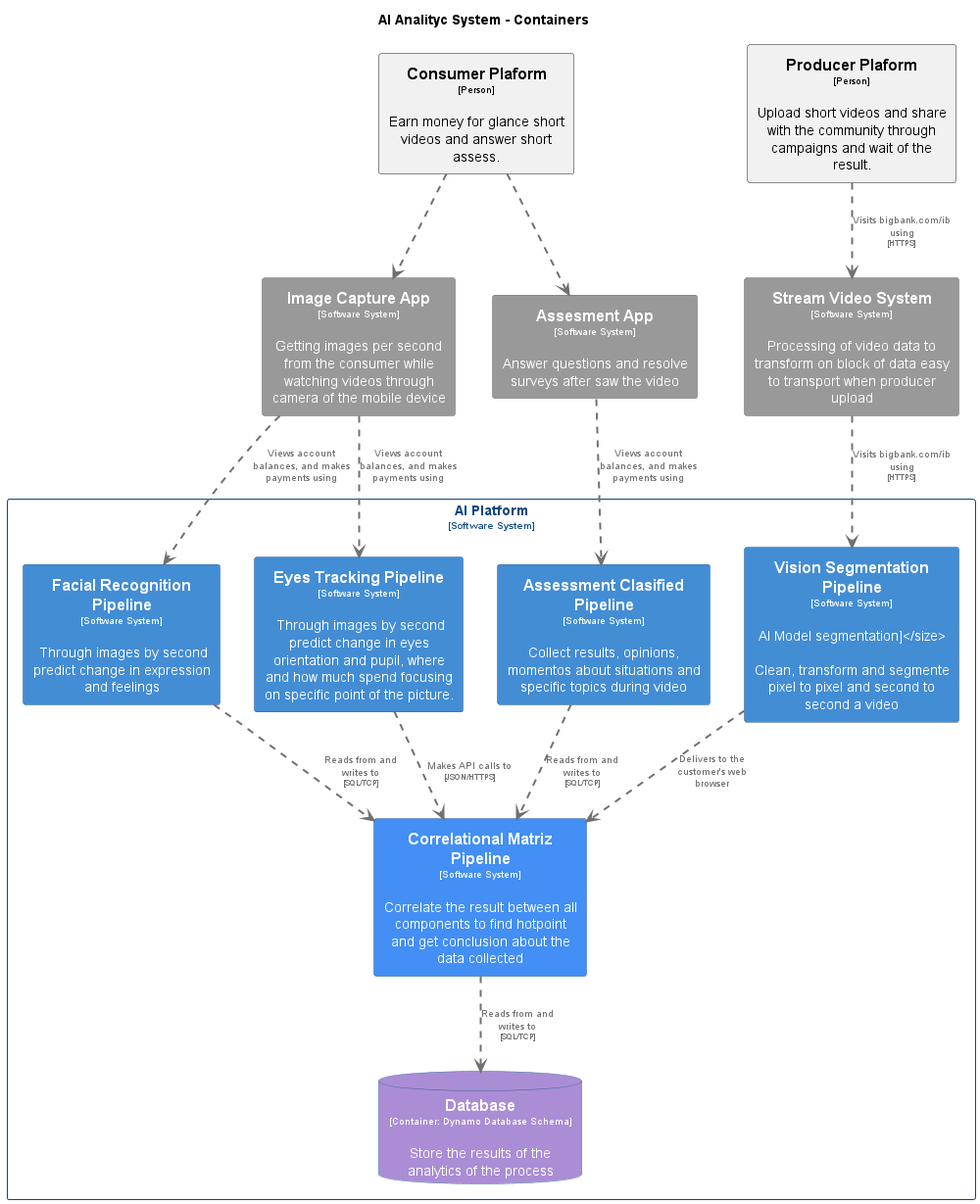
Above: docs/images/c2_container_ai.png in jacastillo302/earnforglance (PlantUML), before the change.
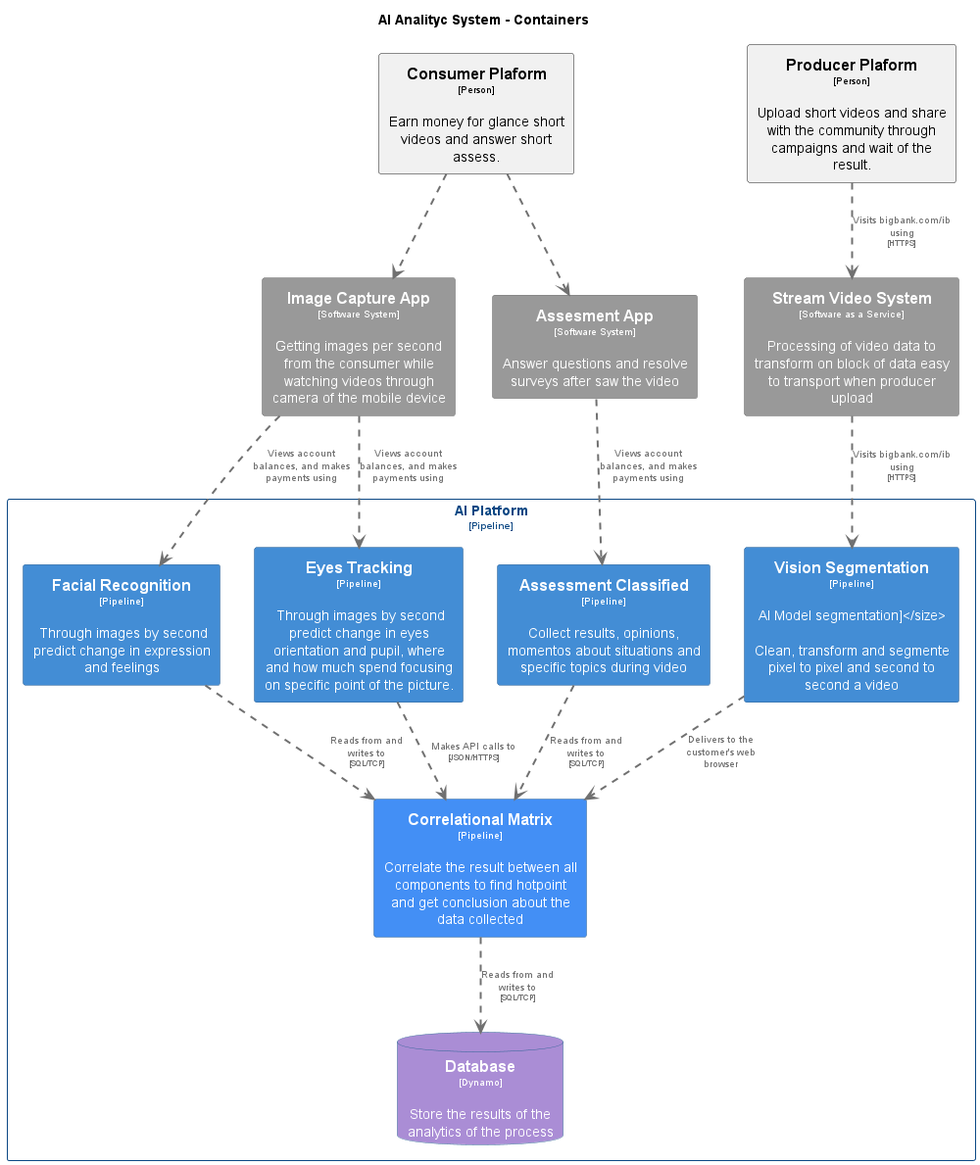
The same file after the commit.

What changed in the source:
```diff
@@ -89,18 +89,18 @@
 
 rectangle "==Consumer Plaform\n<size:10>[Person]</size>\n\nEarn money for glance short videos and answer short assess." <<ConsumerPlatformSystem>> as ConsumerPlatformSystem
 rectangle "==Producer Plaform\n<size:10>[Person]</size>\n\nUpload short videos and share with the community through campaigns and wait of the result." <<ProducerPlatformSystem>> as ProducerPlatformSystem
-rectangle "==Stream Video System\n<size:10>[Software System]</size>\n\nProcessing of video data to transform on block of data easy to transport when producer upload" <<StreamVideoSystem>> as StreamVideoSystem
+rectangle "==Stream Video System\n<size:10>[Software as a Service]</size>\n\nProcessing of video data to transform on block of data easy to transport when producer upload" <<StreamVideoSystem>> as StreamVideoSystem
 rectangle "==Image Capture App\n<size:10>[Software System]</size>\n\nGetting images per second from the consumer while watching videos through camera of the mobile device" <<AppImageSystem>> as AppImageSystem
 rectangle "==Assesment App\n<size:10>[Software System]</size>\n\nAnswer questions and resolve surveys after saw the video" <<AppAssestSystem>> as AppAssestSystem
 
 
-rectangle "AI Platform\n<size:10>[Software System]</size>" <<AIPlaformSystem>> {
-  rectangle "==Vision Segmentation Pipeline\n<size:10>[Software System]</size>\n\nAI Model segmentation]</size>\n\nClean, transform and segmente pixel to pixel and second to second a video" <<AIPlaformSystem.VisionAI>> as AIPlaformSystem.VisionAI
-  rectangle "==Facial Recognition Pipeline\n<size:10>[Software System]</size>\n\n Through images by second predict change in expression and feelings" <<AIPlaformSystem.FacialAI>> as AIPlaformSystem.FacialAI
-  rectangle "==Eyes Tracking Pipeline\n<size:10>[Software System]</size>\n\n Through images by second predict change in eyes orientation and pupil, where and how much spend focusing on specific point of the picture." <<AIPlaformSystem.EyesAI>> as AIPlaformSystem.EyesAI
-  rectangle "==Assessment Clasified Pipeline\n<size:10>[Software System]</size>\n\nCollect results, opinions, momentos about situations and specific topics during video" <<AIPlaformSystem.AssessmentAI>> as AIPlaformSystem.AssessmentAI
-  rectangle "==Correlational Matriz Pipeline\n<size:10>[Software System]</size>\n\nCorrelate the result between all components to find hotpoint and get conclusion about the data collected" <<AIPlaformSystem.CorrelationalAI>> as AIPlaformSystem.CorrelationalAI
-  database "==Database\n<size:10>[Container: Dynamo Database Schema]</size>\n\nStore the results of the analytics of the process" <<AIPlaformSystem.Database>> as AIPlaformSystem.Database
+rectangle "AI Platform\n<size:10>[Pipeline]</size>" <<AIPlaformSystem>> {
+  rectangle "==Vision Segmentation\n<size:10>[Pipeline]</size>\n\nAI Model segmentation]</size>\n\nClean, transform and segmente pixel to pixel and second to second a video" <<AIPlaformSystem.VisionAI>> as AIPlaformSystem.VisionAI
+  rectangle "==Facial Recognition\n<size:10>[Pipeline]</size>\n\n Through images by second predict change in expression and feelings" <<AIPlaformSystem.FacialAI>> as AIPlaformSystem.FacialAI
+  rectangle "==Eyes Tracking\n<size:10>[Pipeline]</size>\n\n Through images by second predict change in eyes orientation and pupil, where and how much spend focusing on specific point of the picture." <<AIPlaformSystem.EyesAI>> as AIPlaformSystem.EyesAI
+  rectangle "==Assessment Classified\n<size:10>[Pipeline]</size>\n\nCollect results, opinions, momentos about situations and specific topics during video" <<AIPlaformSystem.AssessmentAI>> as AIPlaformSystem.AssessmentAI
+  rectangle "==Correlational Matrix\n<size:10>[Pipeline]</size>\n\nCorrelate the result between all components to find hotpoint and get conclusion about the data collected" <<AIPlaformSystem.CorrelationalAI>> as AIPlaformSystem.CorrelationalAI
+  database "==Database\n<size:10>[Dynamo]</size>\n\nStore the results of the analytics of the process" <<AIPlaformSystem.Database>> as AIPlaformSystem.Database
 }
 
 
```
